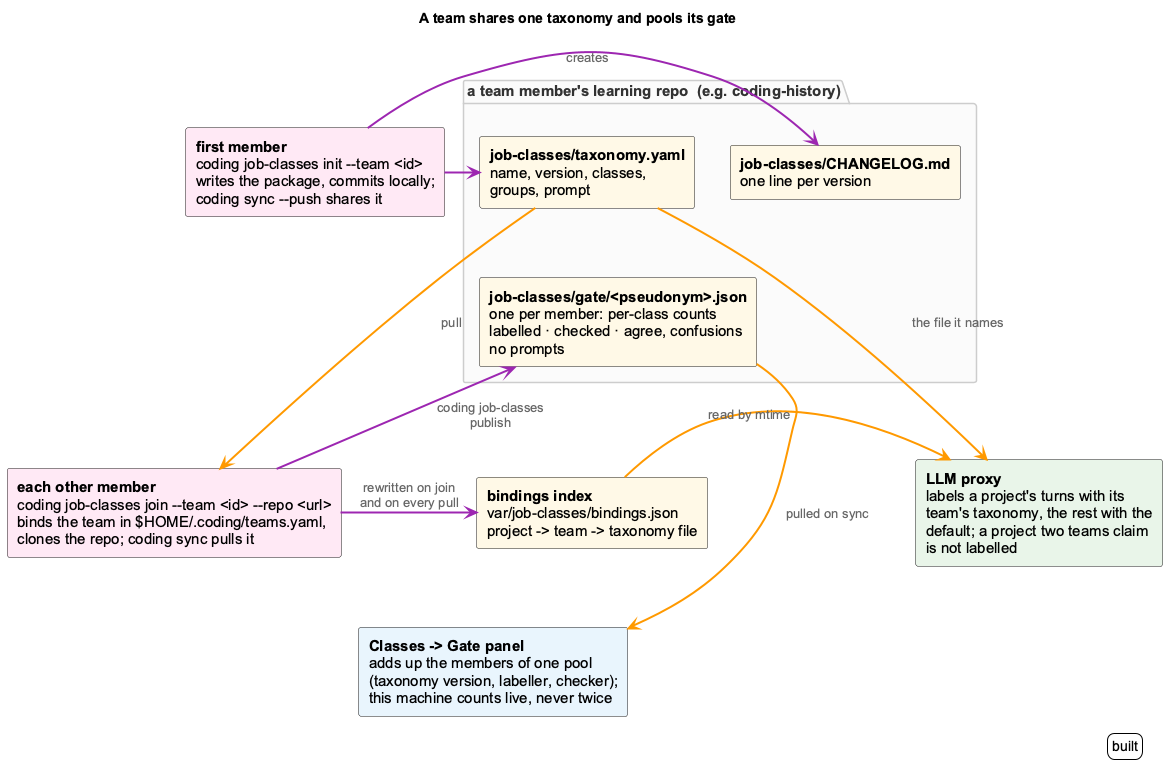
Before: docs-content/images/job-class-team-sharing.png, a diagram exported from PlantUML (fwornle/coding).
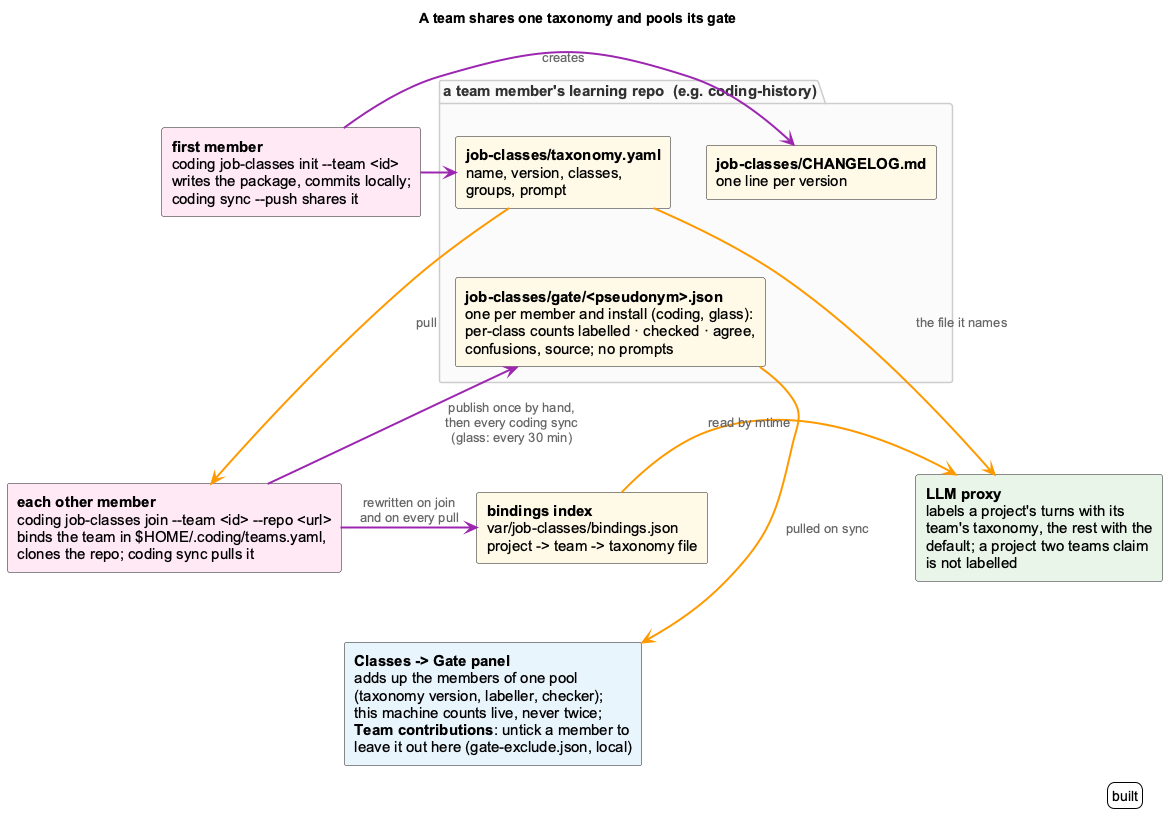
Later version of the same file.

Commit message:
docs(job-classes): Team contributions, publishing on sync, current gate screenshots

The edit, as a diff of the source:
```diff
@@ -11,13 +11,13 @@
 package "a team member's learning repo  (e.g. coding-history)" {
   component "**job-classes/taxonomy.yaml**\nname, version, classes,\ngroups, prompt" as tax <<storage>>
   component "**job-classes/CHANGELOG.md**\none line per version" as log <<storage>>
-  component "**job-classes/gate/<pseudonym>.json**\none per member: per-class counts\nlabelled · checked · agree, confusions\nno prompts" as gate <<storage>>
+  component "**job-classes/gate/<pseudonym>.json**\none per member and install (coding, glass):\nper-class counts labelled · checked · agree,\nconfusions, source; no prompts" as gate <<storage>>
 }
 
 component "**first member**\ncoding job-classes init --team <id>\nwrites the package, commits locally;\ncoding sync --push shares it" as first <<cli>>
 component "**each other member**\ncoding job-classes join ~--team <id> ~--repo <url>\nbinds the team in $HOME/.coding/teams.yaml,\nclones the repo; coding sync pulls it" as member <<cli>>
 component "**bindings index**\nvar/job-classes/bindings.json\nproject -> team -> taxonomy file" as index <<storage>>
-component "**Classes -> Gate panel**\nadds up the members of one pool\n(taxonomy version, labeller, checker);\nthis machine counts live, never twice" as panel <<api>>
+component "**Classes -> Gate panel**\nadds up the members of one pool\n(taxonomy version, labeller, checker);\nthis machine counts live, never twice;\n**Team contributions**: untick a member to\nleave it out here (gate-exclude.json, local)" as panel <<api>>
 component "**LLM proxy**\nlabels a project's turns with its\nteam's taxonomy, the rest with the\ndefault; a project two teams claim\nis not labelled" as proxy <<core>>
 
 first -[#9C27B0,thickness=2]right-> tax
@@ -28,7 +28,7 @@
 tax -[#FF9800,thickness=2]down-> proxy : the file it names
 tax -[hidden]right- log
 tax -[hidden]down- gate
-member -[#9C27B0,thickness=2]up-> gate : coding job-classes\npublish
+member -[#9C27B0,thickness=2]up-> gate : publish once by hand,\nthen every coding sync\n(glass: every 30 min)
 member -[hidden]down- panel
 gate -[#FF9800,thickness=2]down-> panel : pulled on sync
 
```
